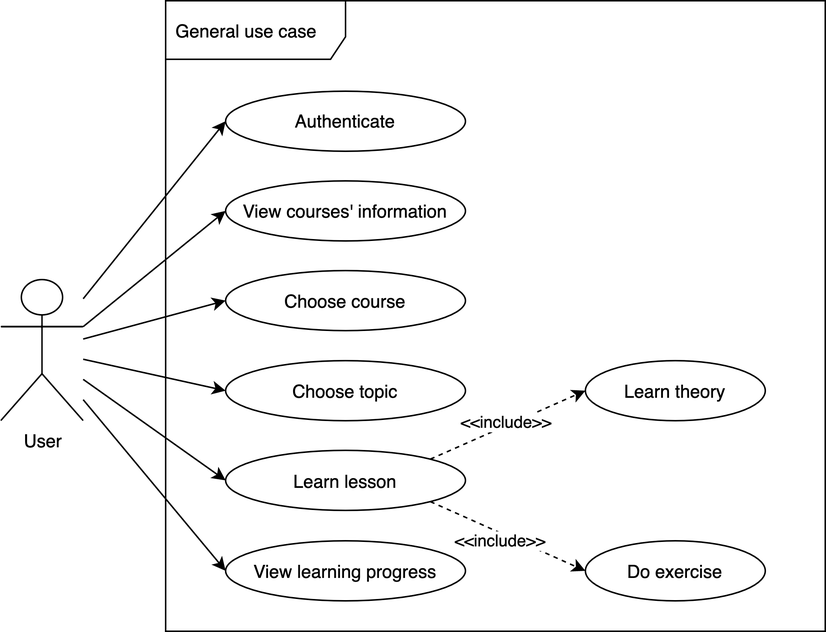
Above: diagram-General usecase-LEARN.png in linhabc/Learning_viet (draw.io), before the change. Source tidied: cells renumbered, new cells last; positions are measured from the earlier drawing's top-left corner, leaving out a move shared by most shapes.
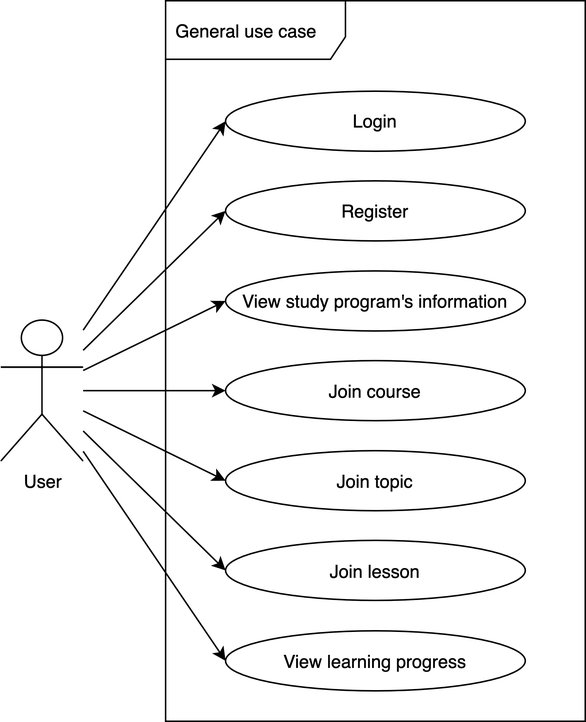
After the change.

What changed in the source:
```diff
@@ -3,68 +3,52 @@
     <mxCell id="0" />
     <mxCell id="1" parent="0" />
     <mxCell id="2" value="General use case" style="shape=umlFrame;whiteSpace=wrap;html=1;width=120;height=39;boundedLbl=1;verticalAlign=middle;align=left;spacingLeft=5;" parent="1" vertex="1">
-      <mxGeometry x="110" width="440" height="420" as="geometry" />
+      <mxGeometry x="110" width="280" height="480" as="geometry" />
     </mxCell>
     <mxCell id="3" style="edgeStyle=none;rounded=0;jettySize=auto;html=1;entryX=0;entryY=0.5;entryDx=0;entryDy=0;endArrow=classic;endFill=1;" parent="1" edge="1" source="7" target="8">
       <mxGeometry relative="1" as="geometry" />
     </mxCell>
-    <mxCell id="4" style="edgeStyle=none;rounded=0;jettySize=auto;html=1;entryX=0;entryY=0.5;entryDx=0;entryDy=0;endArrow=classic;endFill=1;" parent="1" edge="1" source="7" target="11">
+    <mxCell id="4" style="edgeStyle=none;rounded=0;jettySize=auto;html=1;entryX=0;entryY=0.5;entryDx=0;entryDy=0;endArrow=classic;endFill=1;" parent="1" edge="1" source="7" target="9">
       <mxGeometry relative="1" as="geometry" />
     </mxCell>
-    <mxCell id="5" style="edgeStyle=none;rounded=0;jettySize=auto;html=1;entryX=0;entryY=0.5;entryDx=0;entryDy=0;endArrow=classic;endFill=1;" parent="1" edge="1" source="7" target="12">
+    <mxCell id="5" style="edgeStyle=none;rounded=0;jettySize=auto;html=1;entryX=0;entryY=0.5;entryDx=0;entryDy=0;endArrow=classic;endFill=1;" parent="1" edge="1" source="7" target="10">
       <mxGeometry relative="1" as="geometry" />
     </mxCell>
-    <mxCell id="6" style="edgeStyle=none;rounded=0;jettySize=auto;html=1;entryX=0;entryY=0.5;entryDx=0;entryDy=0;endArrow=classic;endFill=1;" parent="1" edge="1" source="7" target="17">
+    <mxCell id="6" style="edgeStyle=none;rounded=0;jettySize=auto;html=1;entryX=0;entryY=0.5;entryDx=0;entryDy=0;endArrow=classic;endFill=1;" parent="1" edge="1" source="7" target="11">
       <mxGeometry relative="1" as="geometry" />
     </mxCell>
     <mxCell id="7" value="User" style="shape=umlActor;verticalLabelPosition=bottom;verticalAlign=top;html=1;outlineConnect=0;" parent="1" vertex="1">
-      <mxGeometry y="185.8" width="55" height="94" as="geometry" />
+      <mxGeometry y="212.8" width="55" height="94" as="geometry" />
     </mxCell>
-    <mxCell id="8" value="Authenticate" style="ellipse;whiteSpace=wrap;html=1;" parent="1" vertex="1">
-      <mxGeometry x="150" y="60.2" width="160" height="40" as="geometry" />
+    <mxCell id="8" value="Login" style="ellipse;whiteSpace=wrap;html=1;" parent="1" vertex="1">
+      <mxGeometry x="150" y="60.2" width="200" height="40" as="geometry" />
     </mxCell>
-    <mxCell id="9" value="Learn theory" style="ellipse;whiteSpace=wrap;html=1;" parent="1" vertex="1">
-      <mxGeometry x="390" y="239.8" width="120" height="40" as="geometry" />
+    <mxCell id="9" value="Join course" style="ellipse;whiteSpace=wrap;html=1;" parent="1" vertex="1">
+      <mxGeometry x="150" y="239.8" width="200" height="40" as="geometry" />
     </mxCell>
-    <mxCell id="10" value="Do exercise" style="ellipse;whiteSpace=wrap;html=1;" parent="1" vertex="1">
-      <mxGeometry x="390" y="359.8" width="120" height="40" as="geometry" />
+    <mxCell id="10" value="Join topic" style="ellipse;whiteSpace=wrap;html=1;" parent="1" vertex="1">
+      <mxGeometry x="150" y="299.8" width="200" height="40" as="geometry" />
     </mxCell>
-    <mxCell id="11" value="Choose course" style="ellipse;whiteSpace=wrap;html=1;" parent="1" vertex="1">
-      <mxGeometry x="150" y="179.8" width="160" height="40" as="geometry" />
+    <mxCell id="11" value="Join lesson" style="ellipse;whiteSpace=wrap;html=1;" parent="1" vertex="1">
+      <mxGeometry x="150" y="359.5" width="200" height="40" as="geometry" />
     </mxCell>
-    <mxCell id="12" value="Choose topic" style="ellipse;whiteSpace=wrap;html=1;" parent="1" vertex="1">
-      <mxGeometry x="150" y="239.8" width="160" height="40" as="geometry" />
+    <mxCell id="12" style="edgeStyle=none;rounded=0;jettySize=auto;html=1;entryX=0;entryY=0.5;entryDx=0;entryDy=0;" parent="1" edge="1" source="7" target="13">
+      <mxGeometry relative="1" as="geometry" />
     </mxCell>
-    <mxCell id="13" style="edgeStyle=none;rounded=0;jettySize=auto;html=1;endArrow=classic;endFill=1;dashed=1;entryX=0;entryY=0.5;entryDx=0;entryDy=0;exitX=1;exitY=0;exitDx=0;exitDy=0;" parent="1" edge="1" source="17" target="9">
-      <mxGeometry relative="1" as="geometry" />
+    <mxCell id="13" value="View learning progress" style="ellipse;whiteSpace=wrap;html=1;" parent="1" vertex="1">
+      <mxGeometry x="150" y="419.8" width="200" height="40" as="geometry" />
     </mxCell>
-    <mxCell id="14" value="&amp;lt;&amp;lt;include&amp;gt;&amp;gt;" style="edgeLabel;html=1;align=center;verticalAlign=middle;" parent="13" vertex="1">
-      <mxGeometry x="0.31" relative="1" as="geometry">
-        <mxPoint x="-18" y="5" as="offset" />
-      </mxGeometry>
+    <mxCell id="14" style="edgeStyle=none;rounded=0;jettySize=auto;html=1;entryX=0;entryY=0.5;entryDx=0;entryDy=0;" parent="1" edge="1" source="7" target="15">
+      <mxGeometry relative="1" as="geometry" />
     </mxCell>
-    <mxCell id="15" style="edgeStyle=none;rounded=0;jettySize=auto;html=1;dashed=1;endArrow=classic;endFill=1;exitX=1;exitY=1;exitDx=0;exitDy=0;entryX=0;entryY=0.5;entryDx=0;entryDy=0;" parent="1" edge="1" source="17" target="10">
-      <mxGeometry relative="1" as="geometry" />
+    <mxCell id="15" value="View study program's information" style="ellipse;whiteSpace=wrap;html=1;" parent="1" vertex="1">
+      <mxGeometry x="150" y="180" width="200" height="40" as="geometry" />
     </mxCell>
-    <mxCell id="16" value="&amp;lt;&amp;lt;include&amp;gt;&amp;gt;" style="edgeLabel;html=1;align=center;verticalAlign=middle;" parent="15" vertex="1">
-      <mxGeometry x="0.63" relative="1" as="geometry">
-        <mxPoint x="-38" y="-12" as="offset" />
-      </mxGeometry>
+    <mxCell id="16" style="edgeStyle=none;rounded=0;jettySize=auto;html=1;entryX=0;entryY=0.5;entryDx=0;entryDy=0;endArrow=classic;endFill=1;" parent="1" edge="1" source="7" target="17">
+      <mxGeometry relative="1" as="geometry" />
     </mxCell>
-    <mxCell id="17" value="Learn lesson" style="ellipse;whiteSpace=wrap;html=1;" parent="1" vertex="1">
-      <mxGeometry x="150" y="299.5" width="160" height="40" as="geometry" />
+    <mxCell id="17" value="Register" style="ellipse;whiteSpace=wrap;html=1;" parent="1" vertex="1">
+      <mxGeometry x="150" y="120" width="200" height="40" as="geometry" />
     </mxCell>
-    <mxCell id="18" style="edgeStyle=none;rounded=0;jettySize=auto;html=1;entryX=0;entryY=0.5;entryDx=0;entryDy=0;" parent="1" edge="1" source="7" target="19">
-      <mxGeometry relative="1" as="geometry" />
-    </mxCell>
-    <mxCell id="19" value="View learning progress" style="ellipse;whiteSpace=wrap;html=1;" parent="1" vertex="1">
-      <mxGeometry x="150" y="359.8" width="160" height="40" as="geometry" />
-    </mxCell>
-    <mxCell id="20" style="edgeStyle=none;rounded=0;jettySize=auto;html=1;entryX=0;entryY=0.5;entryDx=0;entryDy=0;exitX=1;exitY=0.3333333333333333;exitDx=0;exitDy=0;exitPerimeter=0;" parent="1" edge="1" source="7" target="21">
-      <mxGeometry relative="1" as="geometry" />
-    </mxCell>
-    <mxCell id="21" value="View courses' information" style="ellipse;whiteSpace=wrap;html=1;" parent="1" vertex="1">
-      <mxGeometry x="150" y="120" width="160" height="40" as="geometry" />
-    </mxCell>
   </root>
 </mxGraphModel>
```
